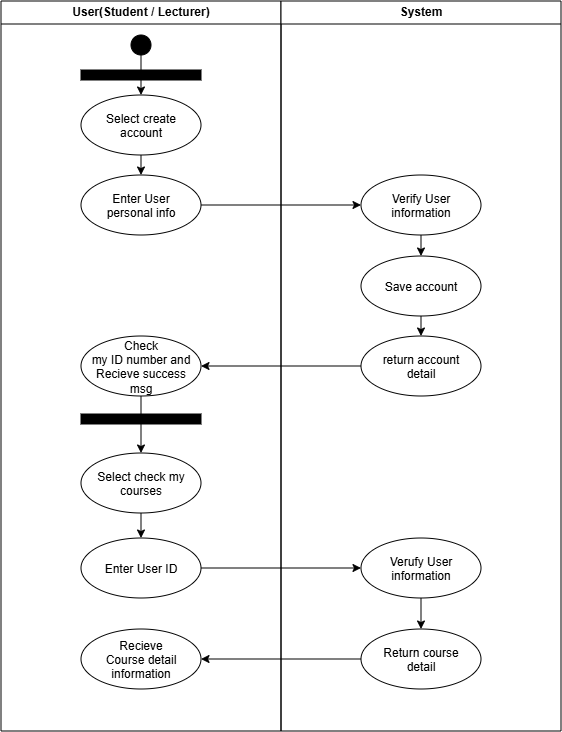
The draw.io diagram week5/activity1/AD_user.png in osy0602/pse, before a commit. Source tidied: cells renumbered, new cells last; positions are measured from the earlier drawing's top-left corner, leaving out a move shared by most shapes.
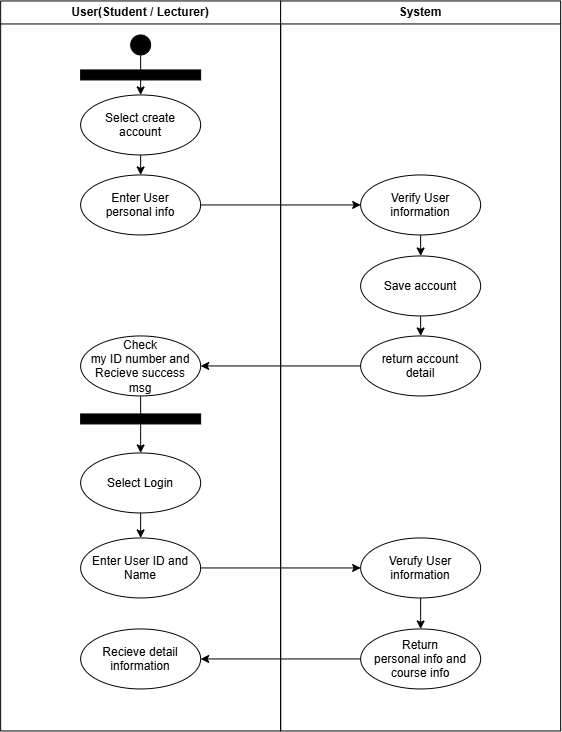
After the change.

Change to the diagram source:
```diff
@@ -32,16 +32,16 @@
     <mxCell id="11" style="edgeStyle=none;rounded=0;jettySize=auto;html=1;" parent="2" edge="1" source="12" target="14">
       <mxGeometry relative="1" as="geometry" />
     </mxCell>
-    <mxCell id="12" value="Select check my courses" style="ellipse;whiteSpace=wrap;html=1;shapeInside=1;" parent="2" vertex="1">
+    <mxCell id="12" value="Select Login" style="ellipse;whiteSpace=wrap;html=1;shapeInside=1;" parent="2" vertex="1">
       <mxGeometry x="80" y="452" width="120" height="60" as="geometry" />
     </mxCell>
     <mxCell id="13" style="rounded=0;whiteSpace=wrap;html=1;fillColor=#000000;" parent="2" vertex="1">
       <mxGeometry x="80" y="413" width="120" height="10" as="geometry" />
     </mxCell>
-    <mxCell id="14" value="Enter User ID" style="ellipse;whiteSpace=wrap;html=1;shapeInside=1;" parent="2" vertex="1">
+    <mxCell id="14" value="Enter User ID and Name" style="ellipse;whiteSpace=wrap;html=1;shapeInside=1;" parent="2" vertex="1">
       <mxGeometry x="80" y="537" width="120" height="60" as="geometry" />
     </mxCell>
-    <mxCell id="15" value="Recieve Course detail information" style="ellipse;whiteSpace=wrap;html=1;shapeInside=1;" parent="2" vertex="1">
+    <mxCell id="15" value="Recieve detail information" style="ellipse;whiteSpace=wrap;html=1;shapeInside=1;" parent="2" vertex="1">
       <mxGeometry x="80" y="628" width="120" height="60" as="geometry" />
     </mxCell>
     <mxCell id="16" value="System" style="swimlane;whiteSpace=wrap;html=1;" parent="1" vertex="1">
@@ -68,7 +68,7 @@
     <mxCell id="23" value="Verufy User information" style="ellipse;whiteSpace=wrap;html=1;shapeInside=1;" parent="16" vertex="1">
       <mxGeometry x="80" y="537" width="120" height="60" as="geometry" />
     </mxCell>
-    <mxCell id="24" value="Return course detail" style="ellipse;whiteSpace=wrap;html=1;shapeInside=1;" parent="16" vertex="1">
+    <mxCell id="24" value="Return personal info and course info" style="ellipse;whiteSpace=wrap;html=1;shapeInside=1;" parent="16" vertex="1">
       <mxGeometry x="80" y="628" width="120" height="60" as="geometry" />
     </mxCell>
     <mxCell id="25" style="edgeStyle=none;rounded=0;jettySize=auto;html=1;" parent="1" edge="1" source="21" target="10">
```
